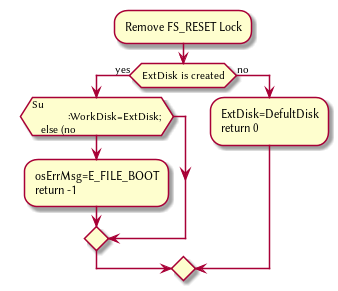
Before: Plant/FS_BOOT.png, a diagram exported from PlantUML (HawaiinPizza/CIS-450-final-project). Its diagram source:
```plantuml
@startuml
:Remove FS_RESET Lock;
if (ExtDisk is created) then (yes)
   if(Su
	    :WorkDisk=ExtDisk;
   else (no)
	    :osErrMsg=E_FILE_BOOT
	    return -1;
   endif

else (no)
   :ExtDisk=DefultDisk
   return 0;
endif

@enduml
```
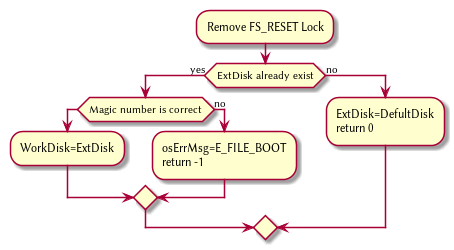
The same file after the commit.

Diff of the diagram source:
```diff
@@ -1,7 +1,7 @@
 @startuml
 :Remove FS_RESET Lock;
-if (ExtDisk is created) then (yes)
-   if(Su
+if (ExtDisk already exist) then (yes)
+   if(Magic number is correct)
 	    :WorkDisk=ExtDisk;
    else (no)
 	    :osErrMsg=E_FILE_BOOT
```
